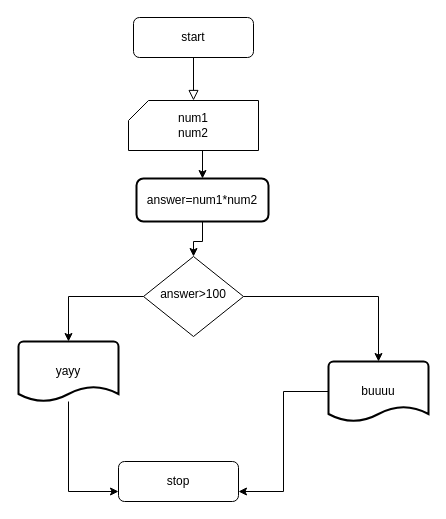
Before: tv.drawio in hayakarl/haya_hello, a draw.io diagram. Source tidied: cells renumbered, new cells numbered last; positions are measured from the earlier drawing's top-left corner, leaving out a move shared by most shapes. Both pictures are drawn from the tidied source at 100%, with x=0, y=0 at pixel (18, 17).
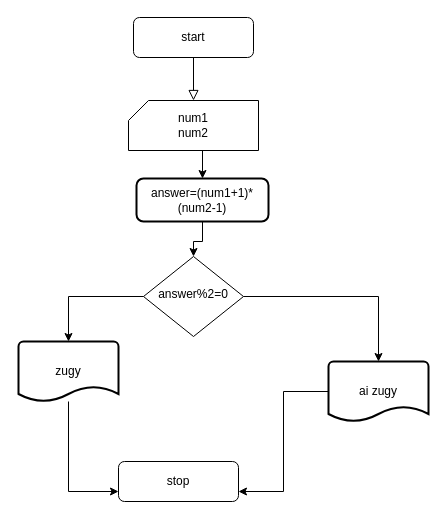
The same diagram, later.

Diff of the diagram source:
```diff
@@
 <mxGraphModel>
   <root>
     <mxCell id="0" />
     <mxCell id="1" parent="0" />
     <mxCell id="2" style="rounded=0;html=1;jettySize=auto;fontSize=11;endArrow=block;endFill=0;endSize=8;strokeWidth=1;shadow=0;labelBackgroundColor=none;edgeStyle=orthogonalEdgeStyle;entryX=0.5;entryY=0;entryDx=0;entryDy=0;entryPerimeter=0;" parent="1" edge="1" source="3" target="7">
       <mxGeometry relative="1" as="geometry" />
     </mxCell>
     <mxCell id="3" value="start" style="rounded=1;whiteSpace=wrap;html=1;fontSize=12;glass=0;strokeWidth=1;shadow=0;" parent="1" vertex="1">
       <mxGeometry x="115" width="120" height="40" as="geometry" />
     </mxCell>
     <mxCell id="4" value="stop" style="rounded=1;whiteSpace=wrap;html=1;fontSize=12;glass=0;strokeWidth=1;shadow=0;" parent="1" vertex="1">
       <mxGeometry x="100" y="444" width="120" height="40" as="geometry" />
     </mxCell>
-    <mxCell id="5" value="answer&amp;gt;100" style="rhombus;whiteSpace=wrap;html=1;shadow=0;fontFamily=Helvetica;fontSize=12;align=center;strokeWidth=1;spacing=6;spacingTop=-4;" parent="1" vertex="1">
+    <mxCell id="5" value="answer%2=0" style="rhombus;whiteSpace=wrap;html=1;shadow=0;fontFamily=Helvetica;fontSize=12;align=center;strokeWidth=1;spacing=6;spacingTop=-4;" parent="1" vertex="1">
       <mxGeometry x="125" y="239" width="100" height="80" as="geometry" />
     </mxCell>
     <mxCell id="6" style="edgeStyle=orthogonalEdgeStyle;rounded=0;jettySize=auto;html=1;exitX=0.5;exitY=1;exitDx=0;exitDy=0;exitPerimeter=0;entryX=0.5;entryY=0;entryDx=0;entryDy=0;" parent="1" edge="1" source="7" target="15">
       <mxGeometry relative="1" as="geometry" />
     </mxCell>
     <mxCell id="7" value="num1&lt;br&gt;num2" style="verticalLabelPosition=middle;verticalAlign=middle;html=1;shape=card;whiteSpace=wrap;size=20;arcSize=12;labelPosition=center;align=center;" parent="1" vertex="1">
       <mxGeometry x="110" y="83" width="130" height="50" as="geometry" />
     </mxCell>
     <mxCell id="8" style="edgeStyle=orthogonalEdgeStyle;rounded=0;jettySize=auto;html=1;entryX=0;entryY=0.75;entryDx=0;entryDy=0;" parent="1" edge="1" source="9" target="4">
       <mxGeometry relative="1" as="geometry" />
     </mxCell>
-    <mxCell id="9" value="yayy" style="strokeWidth=2;html=1;shape=mxgraph.flowchart.document2;whiteSpace=wrap;size=0.25;" parent="1" vertex="1">
+    <mxCell id="9" value="zugy" style="strokeWidth=2;html=1;shape=mxgraph.flowchart.document2;whiteSpace=wrap;size=0.25;" parent="1" vertex="1">
       <mxGeometry y="324" width="100" height="60" as="geometry" />
     </mxCell>
     <mxCell id="10" style="edgeStyle=orthogonalEdgeStyle;rounded=0;jettySize=auto;html=1;entryX=1;entryY=0.75;entryDx=0;entryDy=0;" parent="1" edge="1" source="11" target="4">
       <mxGeometry relative="1" as="geometry" />
     </mxCell>
-    <mxCell id="11" value="buuuu" style="strokeWidth=2;html=1;shape=mxgraph.flowchart.document2;whiteSpace=wrap;size=0.25;" parent="1" vertex="1">
+    <mxCell id="11" value="ai zugy" style="strokeWidth=2;html=1;shape=mxgraph.flowchart.document2;whiteSpace=wrap;size=0.25;" parent="1" vertex="1">
       <mxGeometry x="310" y="344" width="100" height="60" as="geometry" />
     </mxCell>
     <mxCell id="12" style="edgeStyle=orthogonalEdgeStyle;rounded=0;jettySize=auto;html=1;entryX=0.5;entryY=0;entryDx=0;entryDy=0;entryPerimeter=0;" parent="1" edge="1" source="5" target="9">
       <mxGeometry relative="1" as="geometry" />
     </mxCell>
     <mxCell id="13" style="edgeStyle=orthogonalEdgeStyle;rounded=0;jettySize=auto;html=1;entryX=0.5;entryY=0;entryDx=0;entryDy=0;entryPerimeter=0;" parent="1" edge="1" source="5" target="11">
       <mxGeometry relative="1" as="geometry" />
     </mxCell>
     <mxCell id="14" style="edgeStyle=orthogonalEdgeStyle;rounded=0;jettySize=auto;html=1;" parent="1" edge="1" source="15" target="5">
       <mxGeometry relative="1" as="geometry" />
     </mxCell>
-    <mxCell id="15" value="answer=num1*num2" style="rounded=1;whiteSpace=wrap;html=1;absoluteArcSize=1;arcSize=14;strokeWidth=2;" parent="1" vertex="1">
+    <mxCell id="15" value="answer=(num1+1)*(num2-1)" style="rounded=1;whiteSpace=wrap;html=1;absoluteArcSize=1;arcSize=14;strokeWidth=2;" parent="1" vertex="1">
       <mxGeometry x="118" y="161" width="132" height="43" as="geometry" />
     </mxCell>
   </root>
 </mxGraphModel>
```
